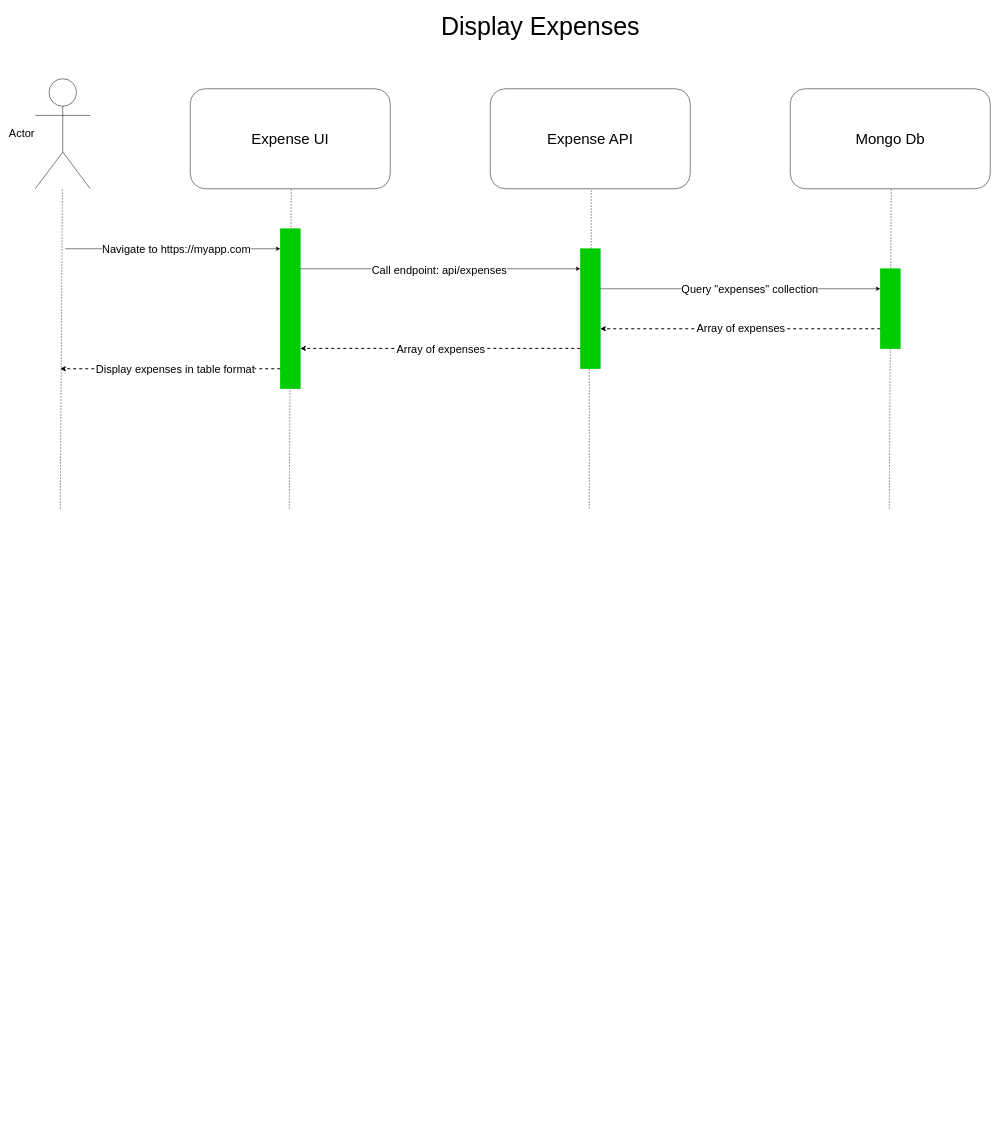
Above: Expense Tracker.drawio in suicodave/WorkshopExpenseAPI (draw.io), before the change. Source tidied: cells renumbered, new cells numbered last; positions are measured from the earlier drawing's top-left corner, leaving out a move shared by most shapes. Both pictures are drawn from the tidied source at 50%, with x=0, y=0 at pixel (35, 8).
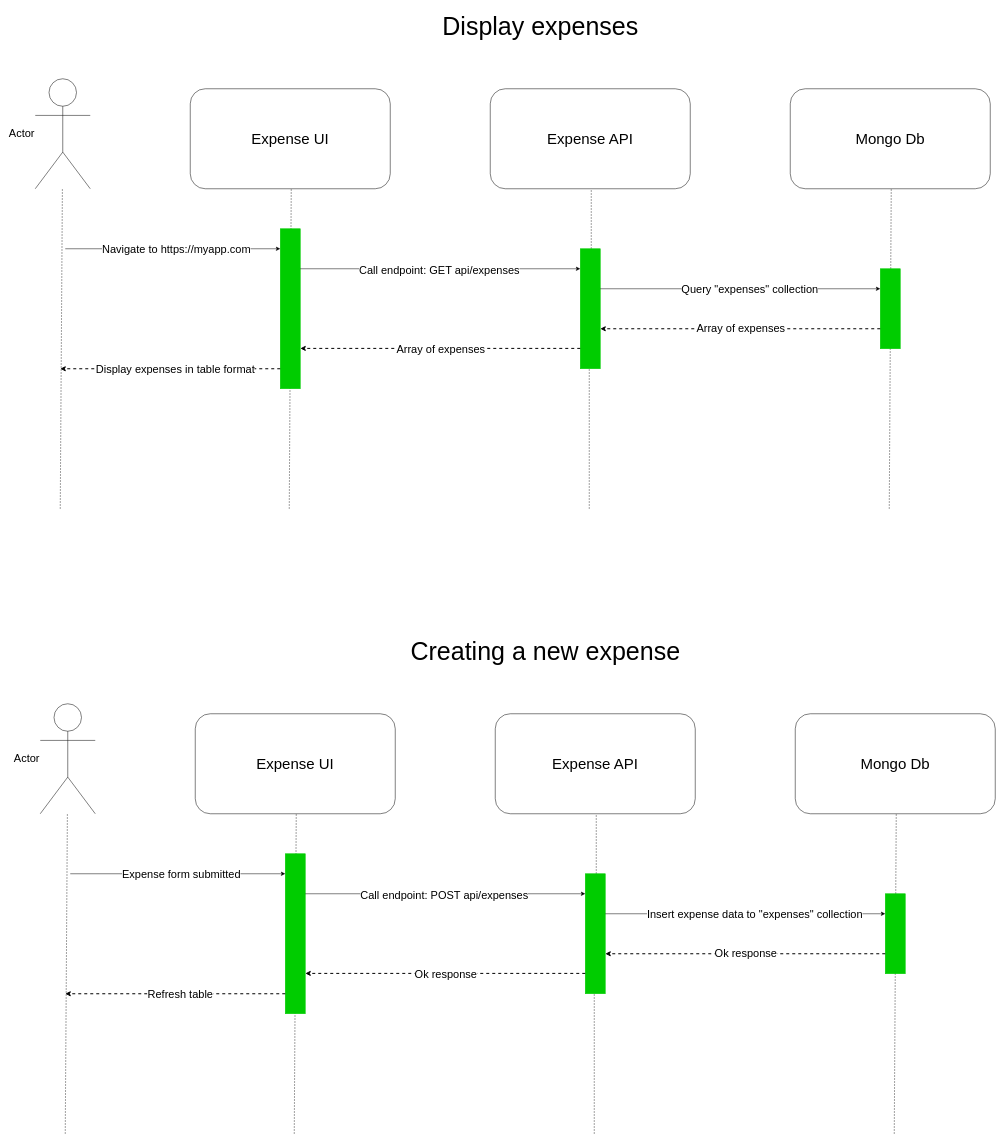
The same page after the edit.

Commit message:
Expense Tracker add flow when creating new expense

Unchanged cells that the change refers to:
```xml
<mxCell id="13" style="endArrow=classic;html=1;rounded=0;flowAnimation=1;" parent="1" edge="1" target="16">
  <mxGeometry relative="1" as="geometry">
    <mxPoint x="530" y="520" as="sourcePoint" />
  </mxGeometry>
</mxCell>
```

What changed in the source:
```diff
@@
-    <mxCell id="14" value="&lt;font style=&quot;font-size: 22px;&quot;&gt;Call endpoint: api/expenses&lt;/font&gt;" style="edgeLabel;html=1;align=center;verticalAlign=middle;" parent="13" vertex="1">
+    <mxCell id="14" value="&lt;font style=&quot;font-size: 22px;&quot;&gt;Call endpoint: GET api/expenses&lt;/font&gt;" style="edgeLabel;html=1;align=center;verticalAlign=middle;" parent="13" vertex="1">
       <mxGeometry x="-0.01" y="-2" relative="1" as="geometry" />
     </mxCell>
@@
-    <mxCell id="26" value="Display Expenses" style="text;html=1;align=center;verticalAlign=middle;strokeColor=none;fillColor=none;fontSize=50;" parent="1" vertex="1">
+    <mxCell id="26" value="Display expenses" style="text;html=1;align=center;verticalAlign=middle;strokeColor=none;fillColor=none;fontSize=50;" parent="1" vertex="1">
       <mxGeometry x="800" width="420" height="70" as="geometry" />
     </mxCell>
+    <mxCell id="27" value="Actor" style="shape=umlActor;verticalLabelPosition=middle;verticalAlign=middle;html=1;outlineConnect=0;fontSize=22;horizontal=1;labelPosition=left;align=right;" parent="1" vertex="1">
+      <mxGeometry x="10" y="1390" width="110" height="220" as="geometry" />
+    </mxCell>
+    <mxCell id="28" value="Expense UI" style="rounded=1;whiteSpace=wrap;html=1;fontSize=30;" parent="1" vertex="1">
+      <mxGeometry x="320" y="1410" width="400" height="200" as="geometry" />
+    </mxCell>
+    <mxCell id="29" value="Expense API" style="rounded=1;whiteSpace=wrap;html=1;fontSize=30;" parent="1" vertex="1">
+      <mxGeometry x="920" y="1410" width="400" height="200" as="geometry" />
+    </mxCell>
+    <mxCell id="30" value="Mongo Db" style="rounded=1;whiteSpace=wrap;html=1;fontSize=30;" parent="1" vertex="1">
+      <mxGeometry x="1520" y="1410" width="400" height="200" as="geometry" />
+    </mxCell>
+    <mxCell id="31" style="endArrow=none;dashed=1;html=1;rounded=0;" parent="1" edge="1" target="27">
+      <mxGeometry relative="1" as="geometry">
+        <mxPoint x="60" y="2250" as="sourcePoint" />
+      </mxGeometry>
+    </mxCell>
+    <mxCell id="32" style="endArrow=none;dashed=1;html=1;rounded=0;" parent="1" edge="1">
+      <mxGeometry relative="1" as="geometry">
+        <mxPoint x="518" y="2250" as="sourcePoint" />
+        <mxPoint x="522" y="1610" as="targetPoint" />
+      </mxGeometry>
+    </mxCell>
+    <mxCell id="33" style="endArrow=none;dashed=1;html=1;rounded=0;" parent="1" edge="1" source="41">
+      <mxGeometry relative="1" as="geometry">
+        <mxPoint x="1122" y="1610" as="targetPoint" />
+      </mxGeometry>
+    </mxCell>
+    <mxCell id="34" style="endArrow=none;dashed=1;html=1;rounded=0;" parent="1" edge="1">
+      <mxGeometry relative="1" as="geometry">
+        <mxPoint x="1718" y="2250" as="sourcePoint" />
+        <mxPoint x="1722" y="1610" as="targetPoint" />
+      </mxGeometry>
+    </mxCell>
+    <mxCell id="35" style="endArrow=classic;html=1;rounded=0;flowAnimation=1;" parent="1" edge="1" target="37">
+      <mxGeometry relative="1" as="geometry">
+        <mxPoint x="70" y="1730" as="sourcePoint" />
+      </mxGeometry>
+    </mxCell>
+    <mxCell id="36" value="Expense form submitted" style="edgeLabel;html=1;align=center;verticalAlign=middle;fontSize=22;" parent="35" vertex="1">
+      <mxGeometry x="-0.16" y="-1" relative="1" as="geometry">
+        <mxPoint x="40" y="-1" as="offset" />
+      </mxGeometry>
+    </mxCell>
+    <mxCell id="37" style="html=1;points=[[0,0,0,0,5],[0,1,0,0,-5],[1,0,0,0,5],[1,1,0,0,-5]];perimeter=orthogonalPerimeter;outlineConnect=0;targetShapes=umlLifeline;portConstraint=eastwest;newEdgeStyle={&quot;curved&quot;:0,&quot;rounded&quot;:0};fontSize=13;perimeterSpacing=0;strokeWidth=1;fillColor=#00CC00;strokeColor=#00CC00;" parent="1" vertex="1">
+      <mxGeometry x="500" y="1690" width="40" height="320" as="geometry" />
+    </mxCell>
+    <mxCell id="38" style="endArrow=classic;html=1;rounded=0;flowAnimation=1;" parent="1" edge="1" target="41">
+      <mxGeometry relative="1" as="geometry">
+        <mxPoint x="540" y="1770" as="sourcePoint" />
+      </mxGeometry>
+    </mxCell>
+    <mxCell id="39" value="&lt;font style=&quot;font-size: 22px;&quot;&gt;Call endpoint: POST api/expenses&lt;/font&gt;" style="edgeLabel;html=1;align=center;verticalAlign=middle;" parent="38" vertex="1">
+      <mxGeometry x="-0.01" y="-2" relative="1" as="geometry" />
+    </mxCell>
+    <mxCell id="40" style="endArrow=none;dashed=1;html=1;rounded=0;" parent="1" edge="1" target="41">
+      <mxGeometry relative="1" as="geometry">
+        <mxPoint x="1118" y="2250" as="sourcePoint" />
+      </mxGeometry>
+    </mxCell>
+    <mxCell id="41" style="html=1;points=[[0,0,0,0,5],[0,1,0,0,-5],[1,0,0,0,5],[1,1,0,0,-5]];perimeter=orthogonalPerimeter;outlineConnect=0;targetShapes=umlLifeline;portConstraint=eastwest;newEdgeStyle={&quot;curved&quot;:0,&quot;rounded&quot;:0};fontSize=13;perimeterSpacing=0;strokeWidth=1;fillColor=#00CC00;strokeColor=#00CC00;" parent="1" vertex="1">
+      <mxGeometry x="1100" y="1730" width="40" height="240" as="geometry" />
+    </mxCell>
+    <mxCell id="42" style="endArrow=classic;html=1;rounded=0;flowAnimation=1;" parent="1" edge="1">
+      <mxGeometry relative="1" as="geometry">
+        <mxPoint x="1140" y="1810" as="sourcePoint" />
+        <mxPoint x="1700" y="1810" as="targetPoint" />
+      </mxGeometry>
+    </mxCell>
+    <mxCell id="43" value="&lt;font style=&quot;font-size: 22px;&quot;&gt;Insert expense data to &quot;expenses&quot; collection&lt;/font&gt;" style="edgeLabel;html=1;align=center;verticalAlign=middle;" parent="42" vertex="1">
+      <mxGeometry x="-0.11" relative="1" as="geometry">
+        <mxPoint x="49" as="offset" />
+      </mxGeometry>
+    </mxCell>
+    <mxCell id="44" style="html=1;perimeter=orthogonalPerimeter;targetShapes=umlLifeline;newEdgeStyle={&quot;curved&quot;:0,&quot;rounded&quot;:0};fontSize=13;perimeterSpacing=0;strokeWidth=1;fillColor=#00CC00;strokeColor=#00CC00;" parent="1" vertex="1">
+      <mxGeometry x="1700" y="1770" width="40" height="160" as="geometry" />
+    </mxCell>
+    <mxCell id="45" style="endArrow=classic;html=1;rounded=0;dashed=1;strokeWidth=2;flowAnimation=1;" parent="1" edge="1" target="41">
+      <mxGeometry relative="1" as="geometry">
+        <mxPoint x="1700" y="1890" as="sourcePoint" />
+      </mxGeometry>
+    </mxCell>
+    <mxCell id="46" value="&lt;font style=&quot;font-size: 22px;&quot;&gt;Ok response&lt;br&gt;&lt;/font&gt;" style="edgeLabel;html=1;align=center;verticalAlign=middle;" parent="45" vertex="1">
+      <mxGeometry x="0.16" y="-1" relative="1" as="geometry">
+        <mxPoint x="45" as="offset" />
+      </mxGeometry>
+    </mxCell>
+    <mxCell id="47" style="endArrow=classic;html=1;rounded=0;dashed=1;strokeWidth=2;flowAnimation=1;" parent="1" edge="1">
+      <mxGeometry relative="1" as="geometry">
+        <mxPoint x="1100" y="1929.3" as="sourcePoint" />
+        <mxPoint x="540" y="1929.3" as="targetPoint" />
+      </mxGeometry>
+    </mxCell>
+    <mxCell id="48" value="Ok response" style="edgeLabel;html=1;align=center;verticalAlign=middle;fontSize=22;" parent="47" vertex="1">
+      <mxGeometry y="2" relative="1" as="geometry">
+        <mxPoint y="-1" as="offset" />
+      </mxGeometry>
+    </mxCell>
+    <mxCell id="49" style="endArrow=classic;html=1;rounded=0;dashed=1;strokeWidth=2;flowAnimation=1;" parent="1" edge="1">
+      <mxGeometry relative="1" as="geometry">
+        <mxPoint x="500" y="1970" as="sourcePoint" />
+        <mxPoint x="60" y="1970" as="targetPoint" />
+      </mxGeometry>
+    </mxCell>
+    <mxCell id="50" value="Refresh table" style="edgeLabel;html=1;align=center;verticalAlign=middle;fontSize=22;" parent="49" vertex="1">
+      <mxGeometry x="0.13" y="-2" relative="1" as="geometry">
+        <mxPoint x="38" y="2" as="offset" />
+      </mxGeometry>
+    </mxCell>
+    <mxCell id="51" value="Creating a new expense" style="text;html=1;align=center;verticalAlign=middle;strokeColor=none;fillColor=none;fontSize=50;" parent="1" vertex="1">
+      <mxGeometry x="740" y="1250" width="560" height="70" as="geometry" />
+    </mxCell>
```
